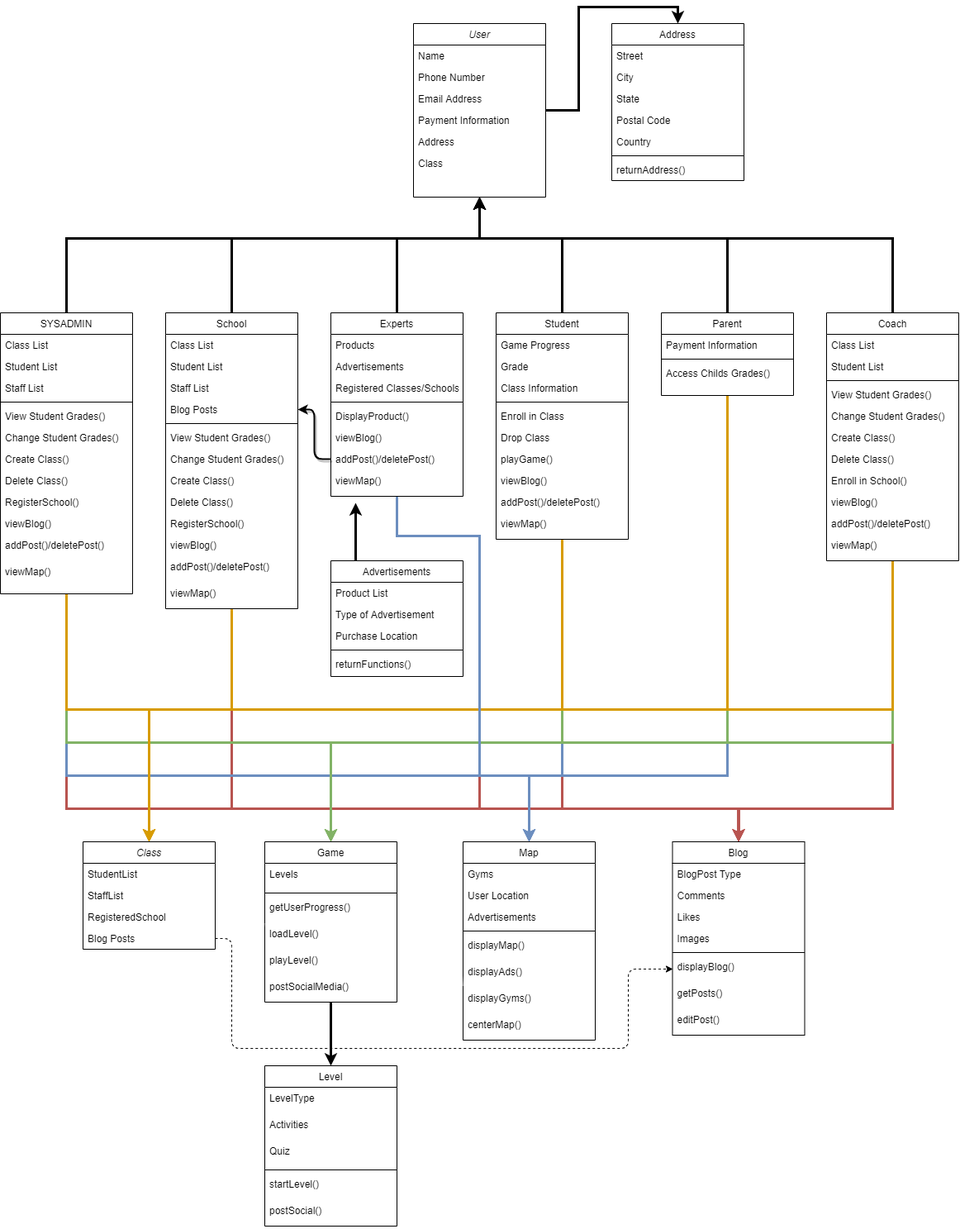
Hanandrof/Group-3-Repository keeps this draw.io diagram as Deliverables/Week_4/Class Diagram.png. Above is the earlier version. Source tidied: cells renumbered, new cells last; positions are measured from the earlier drawing's top-left corner, leaving out a move shared by most shapes.
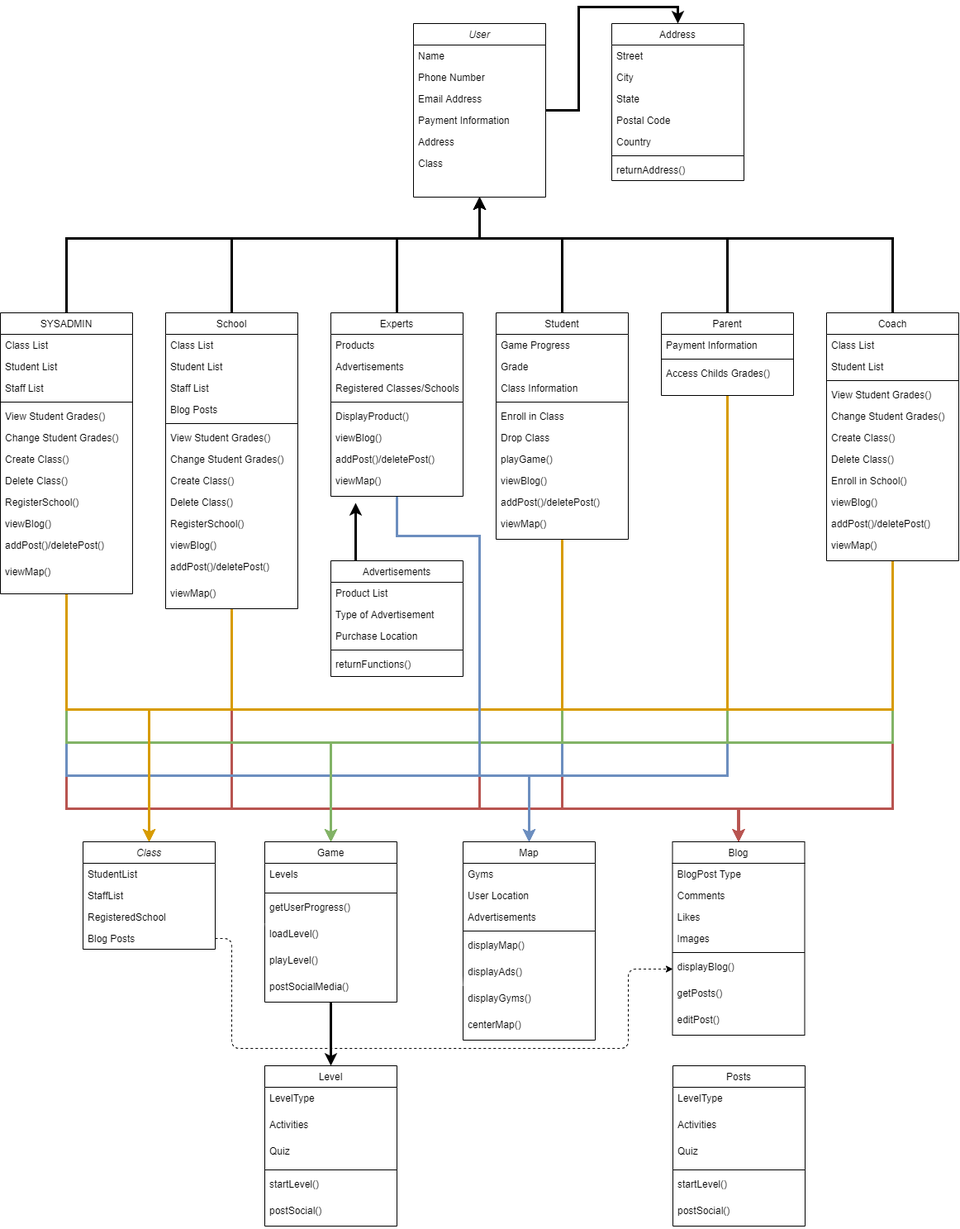
Later version of the same file.

Change to the diagram source:
```diff
@@ -586,8 +586,26 @@
         </Array>
       </mxGeometry>
     </mxCell>
-    <mxCell id="151" style="edgeStyle=orthogonalEdgeStyle;rounded=1;sketch=0;jettySize=auto;html=1;shadow=1;strokeWidth=2;" parent="1" edge="1" source="75" target="84">
-      <mxGeometry relative="1" as="geometry" />
-    </mxCell>
+    <mxCell id="152" value="Posts" style="swimlane;fontStyle=0;align=center;verticalAlign=top;horizontal=1;startSize=26;rounded=0;shadow=0;strokeWidth=1;" parent="1" vertex="1">
+      <mxGeometry x="814" y="1261" width="160" height="194" as="geometry" />
+    </mxCell>
+    <mxCell id="153" value="LevelType" style="text;align=left;verticalAlign=top;spacingLeft=4;spacingRight=4;overflow=hidden;rounded=0;shadow=0;html=0;" parent="152" vertex="1">
+      <mxGeometry y="26" width="160" height="32" as="geometry" />
+    </mxCell>
+    <mxCell id="154" value="Activities" style="text;align=left;verticalAlign=top;spacingLeft=4;spacingRight=4;overflow=hidden;rounded=0;shadow=0;html=0;" parent="152" vertex="1">
+      <mxGeometry y="58" width="160" height="32" as="geometry" />
+    </mxCell>
+    <mxCell id="155" value="Quiz" style="text;align=left;verticalAlign=top;spacingLeft=4;spacingRight=4;overflow=hidden;rounded=0;shadow=0;html=0;" parent="152" vertex="1">
+      <mxGeometry y="90" width="160" height="32" as="geometry" />
+    </mxCell>
+    <mxCell id="156" style="line;html=1;strokeWidth=1;align=left;verticalAlign=middle;spacingTop=-1;spacingLeft=3;spacingRight=3;labelPosition=right;" parent="152" vertex="1">
+      <mxGeometry y="122" width="160" height="8" as="geometry" />
+    </mxCell>
+    <mxCell id="157" value="startLevel()" style="text;align=left;verticalAlign=top;spacingLeft=4;spacingRight=4;overflow=hidden;rounded=0;shadow=0;html=0;" parent="152" vertex="1">
+      <mxGeometry y="130" width="160" height="32" as="geometry" />
+    </mxCell>
+    <mxCell id="158" value="postSocial()" style="text;align=left;verticalAlign=top;spacingLeft=4;spacingRight=4;overflow=hidden;rounded=0;shadow=0;html=0;" parent="152" vertex="1">
+      <mxGeometry y="162" width="160" height="32" as="geometry" />
+    </mxCell>
   </root>
 </mxGraphModel>
```
